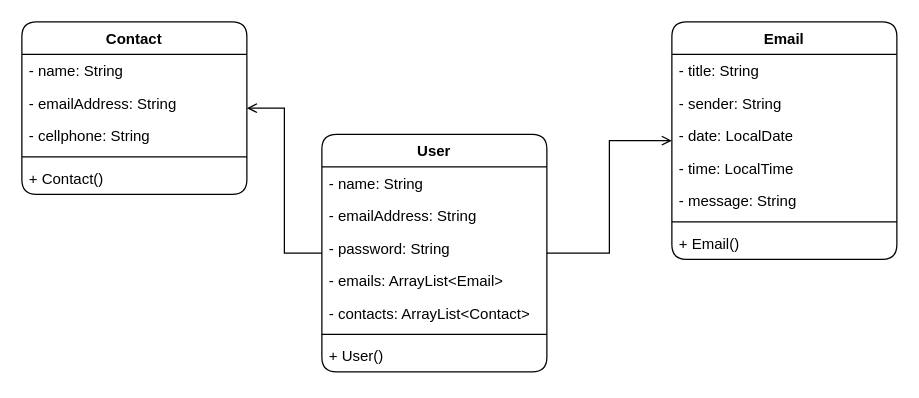
Above: page "Diagrama de clase" (1 of 3) of UML.drawio in EddyArriaga/mail (draw.io), before the change. Source tidied: cells renumbered, new cells numbered last; positions are measured from the earlier drawing's top-left corner, leaving out a move shared by most shapes. Both pictures are drawn from the tidied source at 125%, with x=0, y=0 at pixel (21, 21).
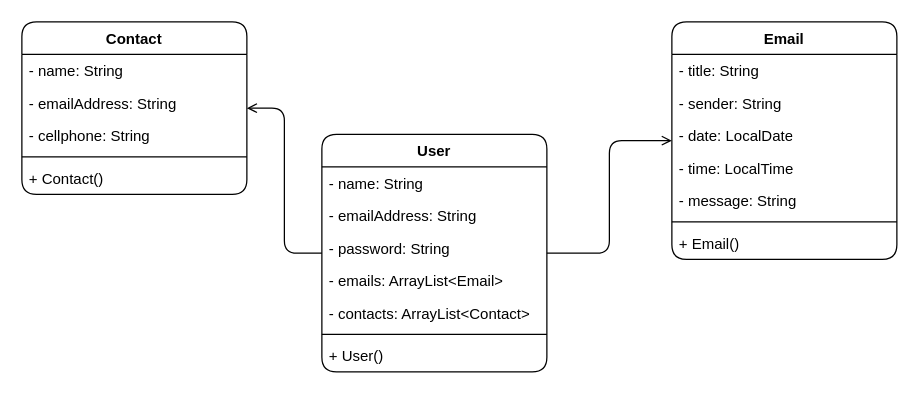
After the change.

The change refers to these unchanged cells:
```xml
<mxCell id="4" value="User" style="swimlane;fontStyle=1;align=center;verticalAlign=top;horizontal=1;startSize=26;whiteSpace=wrap;html=1;rounded=1;" parent="1" vertex="1">
  <mxGeometry x="240" y="90" width="180" height="190" as="geometry" />
</mxCell>
<mxCell id="12" value="Email" style="swimlane;fontStyle=1;align=center;verticalAlign=top;horizontal=1;startSize=26;whiteSpace=wrap;html=1;rounded=1;" parent="1" vertex="1">
  <mxGeometry x="520" width="180" height="190" as="geometry" />
</mxCell>
<mxCell id="20" value="Contact" style="swimlane;fontStyle=1;align=center;verticalAlign=top;horizontal=1;startSize=26;whiteSpace=wrap;html=1;rounded=1;" parent="1" vertex="1">
  <mxGeometry width="180" height="138" as="geometry" />
</mxCell>
```

Change to the diagram source:
```diff
@@
-    <mxCell id="2" style="edgeStyle=orthogonalEdgeStyle;rounded=0;jettySize=auto;html=1;fontFamily=Helvetica;fontSize=12;fontColor=default;fontStyle=1;horizontal=1;endArrow=open;endFill=0;" parent="1" edge="1" source="4" target="12">
+    <mxCell id="2" style="edgeStyle=orthogonalEdgeStyle;rounded=1;jettySize=auto;html=1;fontFamily=Helvetica;fontSize=12;fontColor=default;fontStyle=1;horizontal=1;endArrow=open;endFill=0;curved=0;" parent="1" edge="1" source="4" target="12">
       <mxGeometry relative="1" as="geometry" />
     </mxCell>
-    <mxCell id="3" style="edgeStyle=orthogonalEdgeStyle;shape=connector;rounded=0;jettySize=auto;html=1;strokeColor=default;align=center;verticalAlign=middle;fontFamily=Helvetica;fontSize=12;fontColor=default;fontStyle=1;labelBackgroundColor=default;horizontal=1;endArrow=open;endFill=0;" parent="1" edge="1" source="4" target="20">
+    <mxCell id="3" style="edgeStyle=orthogonalEdgeStyle;shape=connector;rounded=1;jettySize=auto;html=1;strokeColor=default;align=center;verticalAlign=middle;fontFamily=Helvetica;fontSize=12;fontColor=default;fontStyle=1;labelBackgroundColor=default;horizontal=1;endArrow=open;endFill=0;curved=0;" parent="1" edge="1" source="4" target="20">
       <mxGeometry relative="1" as="geometry" />
     </mxCell>
```
